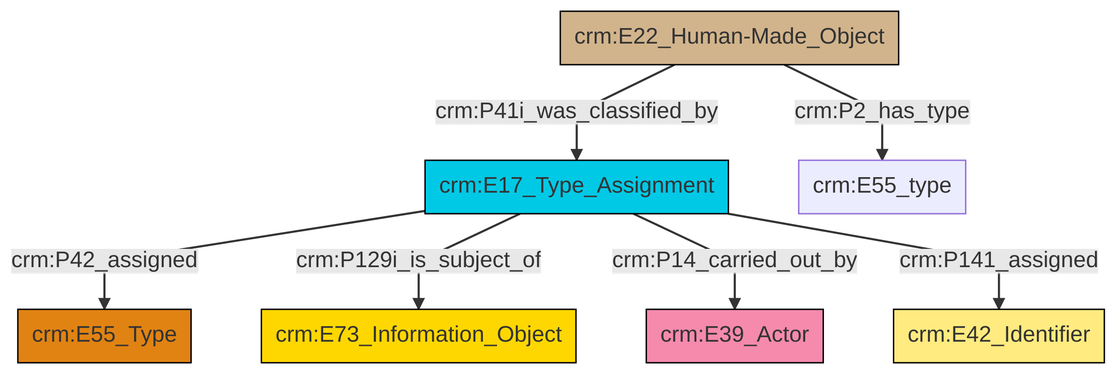
This is et/builtWorkCSV/ttl/mmd/png/Built_Work_designation_status.png from swiss-art-research-net/reference-data-models, a Mermaid export, as it was before one commit. Its source is kept beside it as et/builtWorkCSV/ttl/mmd/Built_Work_designation_status.ttl.mmd.
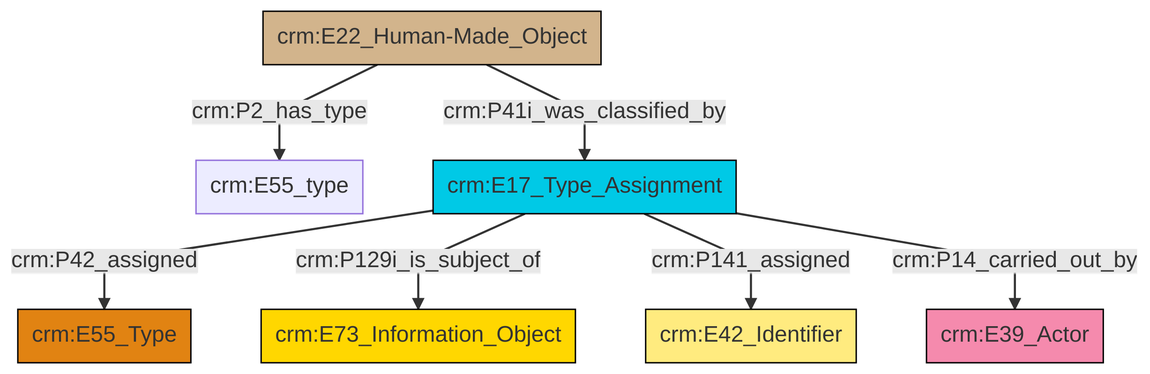
The same diagram one commit later.

What changed in the source:
```diff
@@ -13,9 +13,9 @@
 classDef PC_Classes fill:#4ce600, stroke:#000000;
 classDef Multi fill:#cccccc,stroke:#000000;
 
-0["crm:E17_Type_Assignment"]:::Temporal_Entity -->|crm:P42_assigned| 1["crm:E55_Type"]:::Type
-0["crm:E17_Type_Assignment"]:::Temporal_Entity -->|crm:P129i_is_subject_of| 4["crm:E73_Information_Object"]:::Conceptual_Object
-7["crm:E22_Human-Made_Object"]:::Physical_Thing -->|crm:P41i_was_classified_by| 0["crm:E17_Type_Assignment"]:::Temporal_Entity
-0["crm:E17_Type_Assignment"]:::Temporal_Entity -->|crm:P14_carried_out_by| 5["crm:E39_Actor"]:::Actor
-0["crm:E17_Type_Assignment"]:::Temporal_Entity -->|crm:P141_assigned| 12["crm:E42_Identifier"]:::Appellation
-7["crm:E22_Human-Made_Object"]:::Physical_Thing -->|crm:P2_has_type| 8["crm:E55_type"]:::Default
+0["crm:E22_Human-Made_Object"]:::Physical_Thing -->|crm:P2_has_type| 1["crm:E55_type"]:::Default
+2["crm:E17_Type_Assignment"]:::Temporal_Entity -->|crm:P42_assigned| 4["crm:E55_Type"]:::Type
+2["crm:E17_Type_Assignment"]:::Temporal_Entity -->|crm:P129i_is_subject_of| 7["crm:E73_Information_Object"]:::Conceptual_Object
+0["crm:E22_Human-Made_Object"]:::Physical_Thing -->|crm:P41i_was_classified_by| 2["crm:E17_Type_Assignment"]:::Temporal_Entity
+2["crm:E17_Type_Assignment"]:::Temporal_Entity -->|crm:P141_assigned| 9["crm:E42_Identifier"]:::Appellation
+2["crm:E17_Type_Assignment"]:::Temporal_Entity -->|crm:P14_carried_out_by| 5["crm:E39_Actor"]:::Actor
```
